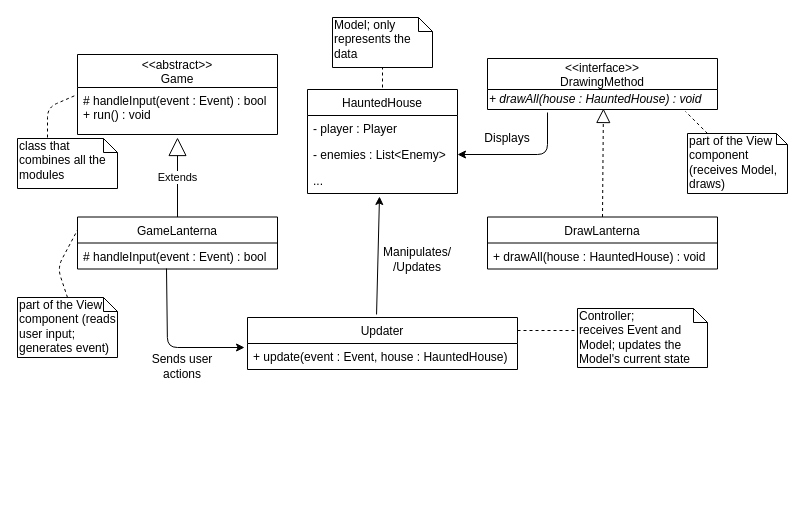
This is docs/diagrams/UML_MVC/UML_MVC.drawio from DiogoF17/LPOO_18-19, a draw.io file, before an edit. Source tidied: cells renumbered, new cells numbered last; positions are measured from the earlier drawing's top-left corner, leaving out a move shared by most shapes. Both pictures are drawn from the tidied source at 100%, with x=0, y=0 at pixel (17, 17).
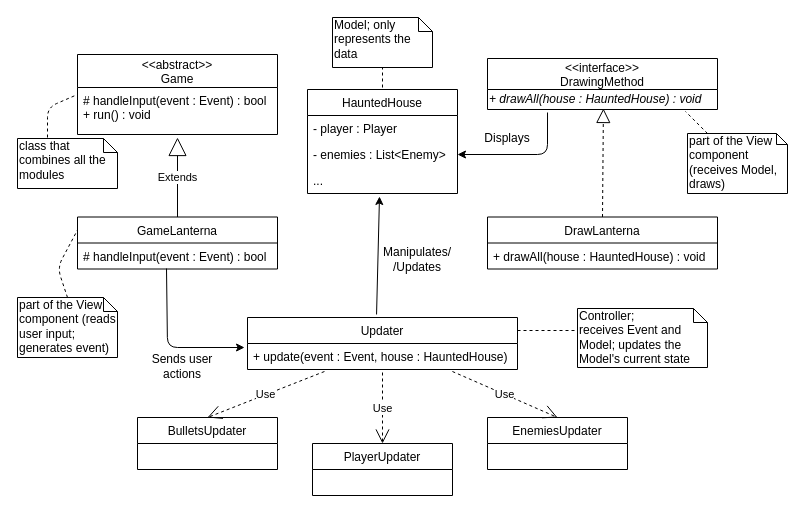
Above is the later version.

The change refers to these unchanged cells:
```xml
<mxCell id="19" value="+ update(event : Event, house : HauntedHouse)&#10;" style="text;strokeColor=none;fillColor=none;align=left;verticalAlign=top;spacingLeft=4;spacingRight=4;overflow=hidden;points=[[0,0.5],[1,0.5]];portConstraint=eastwest;" parent="18" vertex="1">
  <mxGeometry y="26" width="270" height="26" as="geometry" />
</mxCell>
```

What changed in the source:
```diff
@@
+    <mxCell id="34" value="BulletsUpdater" style="swimlane;fontStyle=0;horizontal=1;startSize=26;fillColor=none;" parent="1" vertex="1">
+      <mxGeometry x="120" y="400" width="140" height="52" as="geometry" />
+    </mxCell>
+    <mxCell id="35" value="PlayerUpdater" style="swimlane;fontStyle=0;horizontal=1;startSize=26;fillColor=none;" parent="1" vertex="1">
+      <mxGeometry x="295" y="426" width="140" height="52" as="geometry" />
+    </mxCell>
+    <mxCell id="36" value="EnemiesUpdater" style="swimlane;fontStyle=0;horizontal=1;startSize=26;fillColor=none;" parent="1" vertex="1">
+      <mxGeometry x="470" y="400" width="140" height="52" as="geometry" />
+    </mxCell>
+    <mxCell id="37" value="Use" style="endArrow=open;endSize=12;dashed=1;html=1;exitX=0.285;exitY=1.077;exitDx=0;exitDy=0;exitPerimeter=0;entryX=0.5;entryY=0;entryDx=0;entryDy=0;" parent="1" edge="1" source="19" target="34">
+      <mxGeometry relative="1" as="geometry" />
+    </mxCell>
+    <mxCell id="38" value="Use" style="endArrow=open;endSize=12;dashed=1;html=1;entryX=0.5;entryY=0;entryDx=0;entryDy=0;" parent="1" edge="1" target="35">
+      <mxGeometry relative="1" as="geometry">
+        <mxPoint x="365" y="355" as="sourcePoint" />
+      </mxGeometry>
+    </mxCell>
+    <mxCell id="39" value="Use" style="endArrow=open;endSize=12;dashed=1;html=1;entryX=0.5;entryY=0;entryDx=0;entryDy=0;exitX=0.759;exitY=1.077;exitDx=0;exitDy=0;exitPerimeter=0;" parent="1" edge="1" source="19" target="36">
+      <mxGeometry relative="1" as="geometry" />
+    </mxCell>
```
